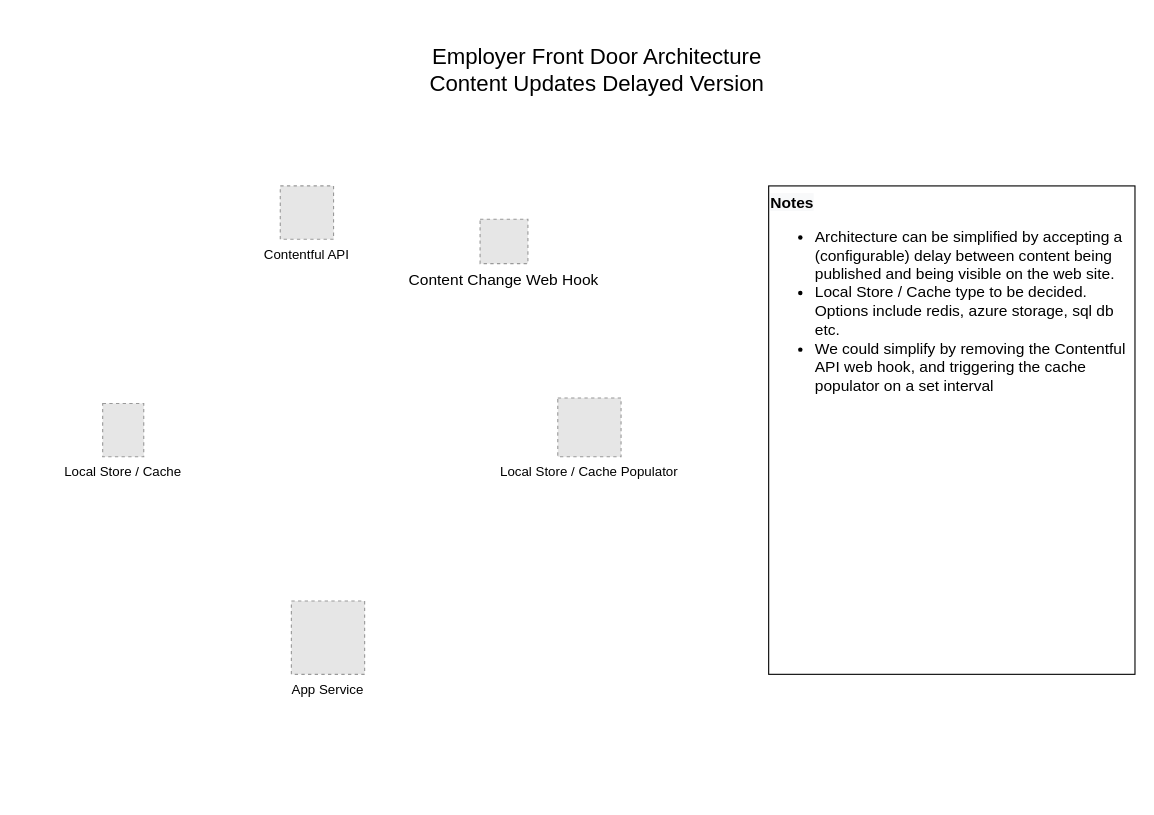
Earlier version of the draw.io diagram Front Door Arch Update Delay.drawio (lazcool/EmployerFrontDoor). Source tidied: cells renumbered, new cells numbered last; positions are measured from the earlier drawing's top-left corner, leaving out a move shared by most shapes. Both pictures are drawn from the tidied source at 111%, with x=0, y=0 at pixel (102, 41). Pictures stored in the file or linked from it are replaced by grey dashed boxes.
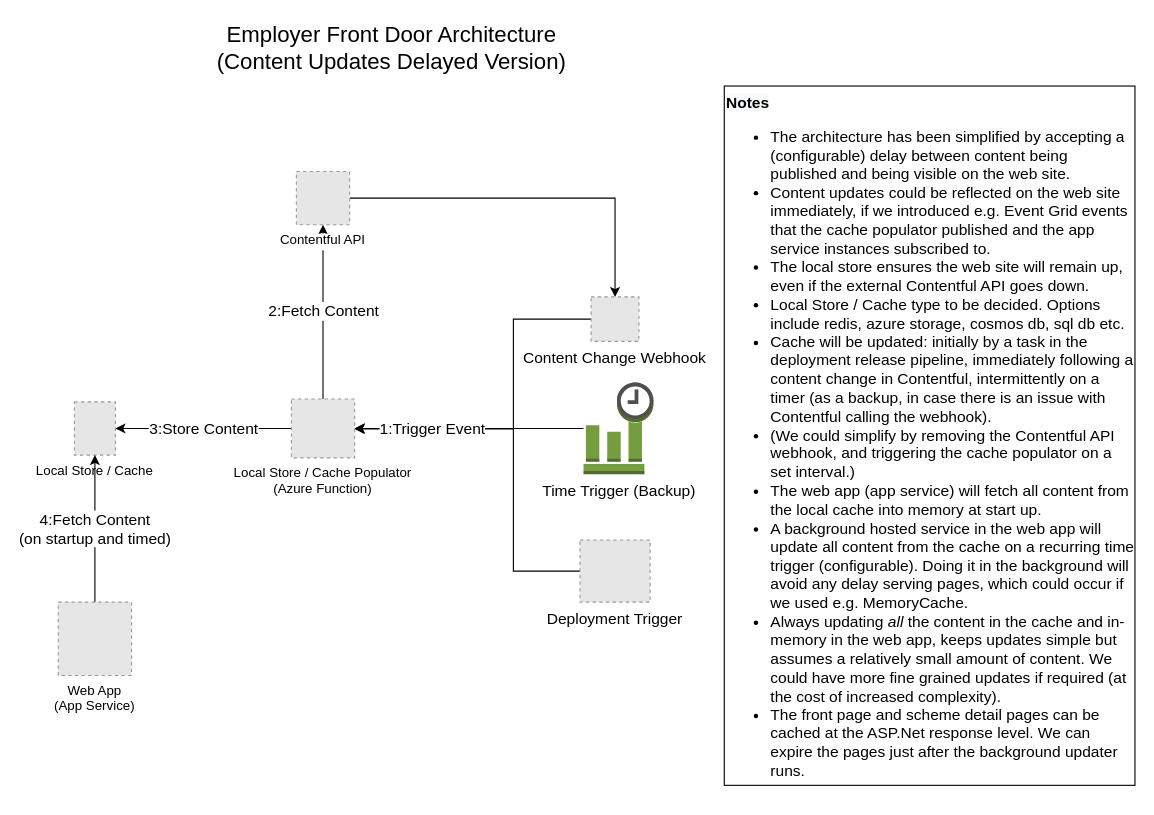
The same diagram, later.

Change to the diagram source:
```diff
@@
+    <mxCell id="9" value="3:Store Content" style="edgeStyle=orthogonalEdgeStyle;rounded=0;jettySize=auto;html=1;fontSize=14;" parent="1" edge="1" source="2" target="4">
+      <mxGeometry relative="1" as="geometry" />
+    </mxCell>
+    <mxCell id="10" value="2:Fetch Content" style="edgeStyle=orthogonalEdgeStyle;rounded=0;jettySize=auto;html=1;fontSize=14;" parent="1" edge="1" source="2" target="3">
+      <mxGeometry relative="1" as="geometry" />
+    </mxCell>
-    <mxCell id="2" value="Local Store / Cache Populator" style="fillColor=#E6E6E6;strokeColor=#999999;dashed=1;verticalLabelPosition=bottom;labelBackgroundColor=#ffffff;verticalAlign=top;" parent="1" vertex="1">
-      <mxGeometry x="410" y="321" width="57" height="53" as="geometry" />
+    <mxCell id="2" value="Local Store / Cache Populator&#10;(Azure Function)" style="fillColor=#E6E6E6;strokeColor=#999999;dashed=1;verticalLabelPosition=bottom;labelBackgroundColor=#ffffff;verticalAlign=top;" parent="1" vertex="1">
+      <mxGeometry x="170" y="322" width="57" height="53" as="geometry" />
     </mxCell>
+    <mxCell id="11" style="edgeStyle=orthogonalEdgeStyle;rounded=0;jettySize=auto;html=1;fontSize=14;" parent="1" edge="1" source="3" target="8">
+      <mxGeometry relative="1" as="geometry" />
+    </mxCell>
     <mxCell id="3" value="Contentful API&#10;" style="fillColor=#E6E6E6;strokeColor=#999999;dashed=1;verticalLabelPosition=bottom;labelBackgroundColor=#ffffff;verticalAlign=top;labelPosition=center;align=center;" parent="1" vertex="1">
-      <mxGeometry x="160" y="130" width="48" height="48" as="geometry" />
+      <mxGeometry x="174.5" y="117" width="48" height="48" as="geometry" />
     </mxCell>
     <mxCell id="4" value="Local Store / Cache" style="fillColor=#E6E6E6;strokeColor=#999999;dashed=1;verticalLabelPosition=bottom;labelBackgroundColor=#ffffff;verticalAlign=top;" parent="1" vertex="1">
-      <mxGeometry y="326" width="37" height="48" as="geometry" />
+      <mxGeometry x="-25.5" y="324.5" width="37" height="48" as="geometry" />
     </mxCell>
+    <mxCell id="12" value="4:Fetch Content&lt;br&gt;(on startup and timed)" style="edgeStyle=orthogonalEdgeStyle;rounded=0;jettySize=auto;html=1;entryX=0.5;entryY=1;entryDx=0;entryDy=0;fontSize=14;" parent="1" edge="1" source="5" target="4">
+      <mxGeometry relative="1" as="geometry" />
+    </mxCell>
-    <mxCell id="5" value="App Service" style="fillColor=#E6E6E6;strokeColor=#999999;dashed=1;verticalLabelPosition=bottom;labelBackgroundColor=#ffffff;verticalAlign=top;" parent="1" vertex="1">
-      <mxGeometry x="170" y="504" width="66" height="66" as="geometry" />
+    <mxCell id="5" value="Web App&#10;(App Service)" style="fillColor=#E6E6E6;strokeColor=#999999;dashed=1;verticalLabelPosition=bottom;labelBackgroundColor=#ffffff;verticalAlign=top;" parent="1" vertex="1">
+      <mxGeometry x="-40" y="505" width="66" height="66" as="geometry" />
     </mxCell>
-    <mxCell id="6" value="Employer Front Door Architecture&lt;br&gt;Content Updates Delayed Version" style="text;html=1;align=center;verticalAlign=middle;fillColor=none;strokeColor=none;rounded=0;fontSize=20;" parent="1" vertex="1">
-      <mxGeometry x="285" width="320" height="50" as="geometry" />
+    <mxCell id="6" value="Employer Front Door Architecture&lt;br&gt;(Content Updates Delayed Version)" style="text;html=1;align=center;verticalAlign=middle;fillColor=none;strokeColor=none;rounded=0;fontSize=20;" parent="1" vertex="1">
+      <mxGeometry x="95" y="-20" width="330" height="50" as="geometry" />
     </mxCell>
-    <mxCell id="7" value="&lt;span style=&quot;color: rgb(0 , 0 , 0) ; font-family: &amp;#34;helvetica&amp;#34; ; font-size: 14px ; font-style: normal ; letter-spacing: normal ; text-align: left ; text-indent: 0px ; text-transform: none ; word-spacing: 0px ; background-color: rgb(248 , 249 , 250)&quot;&gt;&lt;b&gt;Notes&lt;/b&gt;&lt;br&gt;&lt;ul&gt;&lt;li&gt;&lt;span style=&quot;font-family: &amp;#34;helvetica&amp;#34;&quot;&gt;Architecture can be simplified by accepting a (configurable) delay between content being published and being visible on the web site.&lt;b&gt;&amp;nbsp;&lt;/b&gt;&lt;/span&gt;&lt;/li&gt;&lt;li&gt;Local Store / Cache type to be decided. Options include redis, azure storage, sql db etc.&lt;/li&gt;&lt;li&gt;We could simplify by removing the Contentful API web hook, and triggering the cache populator on a set interval&lt;/li&gt;&lt;/ul&gt;&lt;/span&gt;" style="rounded=0;whiteSpace=wrap;html=1;fontSize=14;align=left;verticalAlign=top;" parent="1" vertex="1">
-      <mxGeometry x="600" y="130" width="330" height="440" as="geometry" />
+    <mxCell id="7" value="&lt;span style=&quot;color: rgb(0 , 0 , 0) ; font-family: &amp;#34;helvetica&amp;#34; ; font-size: 14px ; letter-spacing: normal ; text-align: left ; text-indent: 0px ; text-transform: none ; word-spacing: 0px ; background-color: rgb(248 , 249 , 250)&quot;&gt;&lt;b style=&quot;font-style: normal&quot;&gt;Notes&lt;/b&gt;&lt;br&gt;&lt;ul&gt;&lt;li style=&quot;font-style: normal&quot;&gt;&lt;span style=&quot;font-family: &amp;#34;helvetica&amp;#34;&quot;&gt;The architecture has been simplified by accepting a (configurable) delay between content being published and being visible on the web site.&lt;/span&gt;&lt;/li&gt;&lt;li style=&quot;font-style: normal&quot;&gt;&lt;span style=&quot;font-family: &amp;#34;helvetica&amp;#34;&quot;&gt;Content updates could be reflected on the web site immediately, if we introduced e.g. Event Grid events that the cache populator published and the app service instances subscribed to.&lt;/span&gt;&lt;/li&gt;&lt;li style=&quot;font-style: normal&quot;&gt;&lt;span style=&quot;font-family: &amp;#34;helvetica&amp;#34;&quot;&gt;The local store ensures the web site will remain up, even if the external Contentful API goes down.&lt;/span&gt;&lt;/li&gt;&lt;li style=&quot;font-style: normal&quot;&gt;Local Store / Cache type to be decided. Options include redis, azure storage, cosmos db, sql db etc.&lt;/li&gt;&lt;li style=&quot;font-style: normal&quot;&gt;Cache will be updated: initially by a task in the deployment release pipeline, immediately following a content change in Contentful, intermittently on a timer (as a backup, in case there is an issue with Contentful calling the webhook).&lt;br&gt;&lt;/li&gt;&lt;li style=&quot;font-style: normal&quot;&gt;(We could simplify by removing the Contentful API webhook, and triggering the cache populator on a set interval.)&lt;/li&gt;&lt;li style=&quot;font-style: normal&quot;&gt;The web app (app service) will fetch all content from the local cache into memory at start up.&lt;/li&gt;&lt;li style=&quot;font-style: normal&quot;&gt;A background hosted service in the web app will update all content from the cache on a recurring time trigger (configurable). Doing it in the background will avoid any delay serving pages, which could occur if we used e.g. MemoryCache.&lt;/li&gt;&lt;li&gt;Always updating &lt;i&gt;all &lt;/i&gt;the content in the cache and in-memory in the web app, keeps updates simple but assumes a relatively small amount of content. We could have more fine grained updates if required (at the cost of increased complexity).&lt;/li&gt;&lt;li style=&quot;font-style: normal&quot;&gt;The front page and scheme detail pages can be cached at the ASP.Net response level. We can expire the pages just after the background updater runs.&lt;/li&gt;&lt;/ul&gt;&lt;/span&gt;" style="rounded=0;whiteSpace=wrap;html=1;fontSize=14;align=left;verticalAlign=top;" parent="1" vertex="1">
+      <mxGeometry x="560" y="40" width="370" height="630" as="geometry" />
     </mxCell>
+    <mxCell id="13" style="edgeStyle=orthogonalEdgeStyle;rounded=0;jettySize=auto;html=1;fontSize=14;" parent="1" edge="1" source="8" target="2">
+      <mxGeometry relative="1" as="geometry">
+        <Array as="points">
+          <mxPoint x="370" y="250" />
+          <mxPoint x="370" y="349" />
+        </Array>
+      </mxGeometry>
+    </mxCell>
-    <mxCell id="8" value="Content Change Web Hook" style="fillColor=#E6E6E6;strokeColor=#999999;dashed=1;verticalLabelPosition=bottom;labelBackgroundColor=#ffffff;verticalAlign=top;fontSize=14;" parent="1" vertex="1">
-      <mxGeometry x="340" y="160" width="43.1" height="40" as="geometry" />
+    <mxCell id="8" value="Content Change Webhook" style="fillColor=#E6E6E6;strokeColor=#999999;dashed=1;verticalLabelPosition=bottom;labelBackgroundColor=#ffffff;verticalAlign=top;fontSize=14;" parent="1" vertex="1">
+      <mxGeometry x="440" y="230" width="43.1" height="40" as="geometry" />
     </mxCell>
+    <mxCell id="14" style="edgeStyle=orthogonalEdgeStyle;rounded=0;jettySize=auto;html=1;entryX=1;entryY=0.5;entryDx=0;entryDy=0;fontSize=14;" parent="1" edge="1" source="15" target="2">
+      <mxGeometry relative="1" as="geometry" />
+    </mxCell>
+    <mxCell id="15" value="Time Trigger (Backup)" style="outlineConnect=0;dashed=0;verticalLabelPosition=bottom;verticalAlign=top;align=center;html=1;shape=mxgraph.aws3.event_time_based;fillColor=#759C3E;gradientColor=none;fontSize=14;" parent="1" vertex="1">
+      <mxGeometry x="433.2" y="307.2" width="63" height="82.5" as="geometry" />
+    </mxCell>
+    <mxCell id="16" value="1:Trigger Event" style="edgeStyle=orthogonalEdgeStyle;rounded=0;jettySize=auto;html=1;entryX=1;entryY=0.5;entryDx=0;entryDy=0;fontSize=14;" parent="1" edge="1" source="17" target="2">
+      <mxGeometry x="0.58" relative="1" as="geometry">
+        <Array as="points">
+          <mxPoint x="370" y="477" />
+          <mxPoint x="370" y="349" />
+        </Array>
+      </mxGeometry>
+    </mxCell>
+    <mxCell id="17" value="Deployment Trigger" style="fillColor=#E6E6E6;strokeColor=#999999;dashed=1;verticalLabelPosition=bottom;labelBackgroundColor=#ffffff;verticalAlign=top;fontSize=14;" parent="1" vertex="1">
+      <mxGeometry x="430" y="449" width="63.2" height="56" as="geometry" />
+    </mxCell>
```
